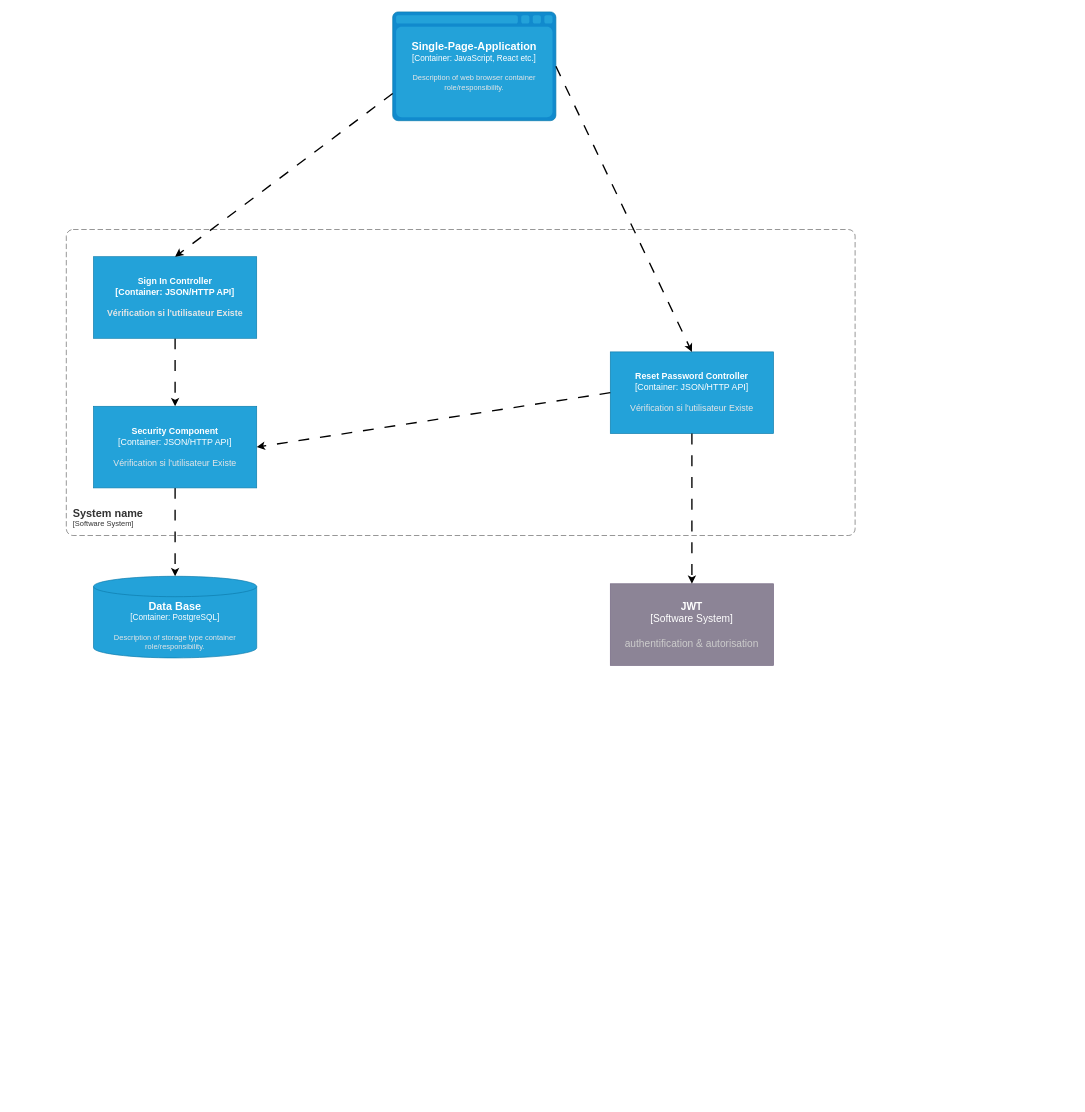
SALVA243/AP-TWITTER keeps this draw.io diagram as page "composant" (3 of 4) of Diagramme sans nom.drawio. Above is the earlier version. Source tidied: cells renumbered, new cells numbered last; positions are measured from the earlier drawing's top-left corner, leaving out a move shared by most shapes. Both pictures are drawn from the tidied source at 68%, with x=0, y=0 at pixel (66, 12).
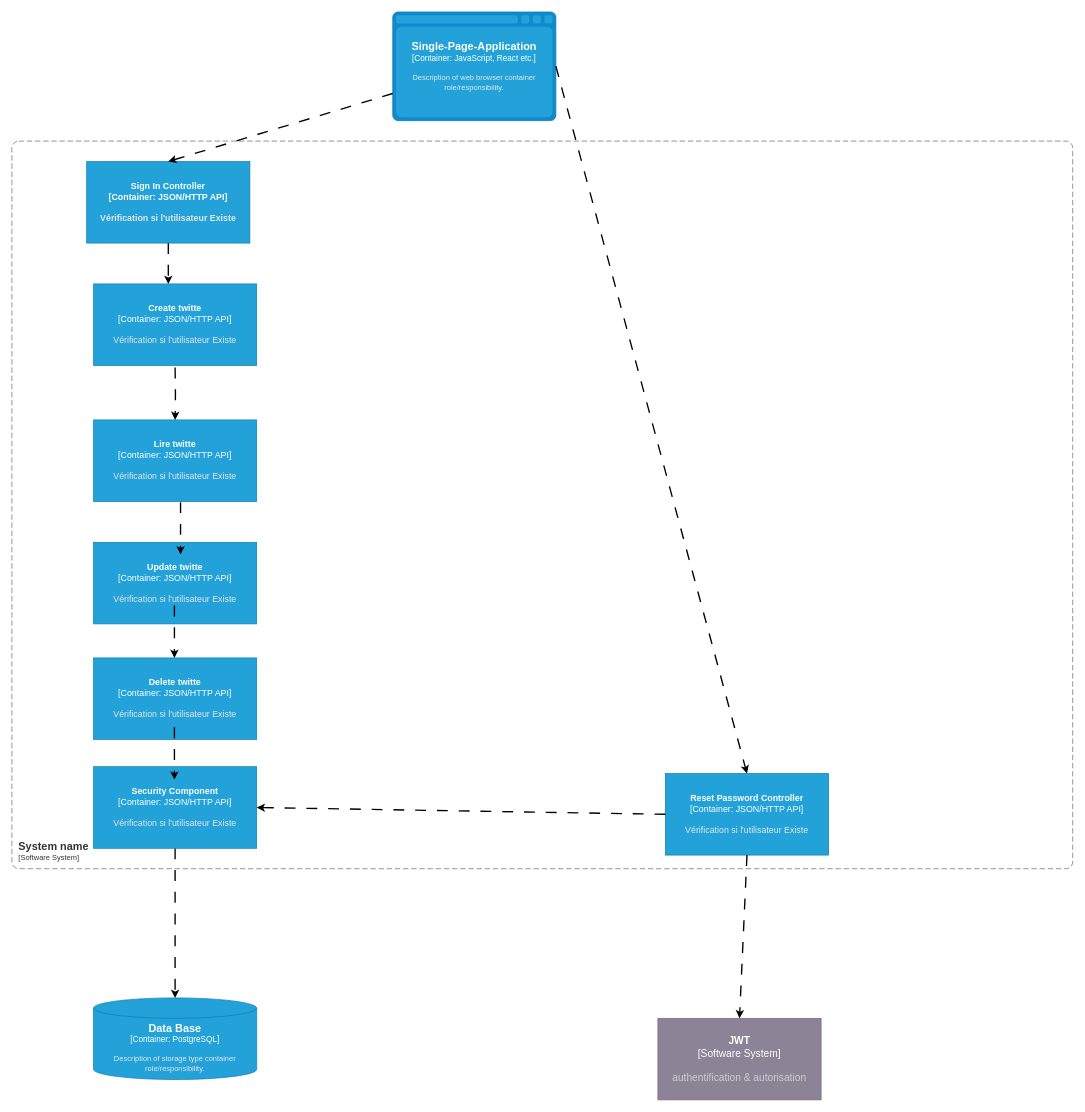
The same diagram, later.

Commit message:
11e Sauv. 2 fevr 16:02  Ajout CRUD

Change to the diagram source:
```diff
@@
     <object id="2" label="&lt;font style=&quot;font-size: 15px;&quot;&gt;&lt;b style=&quot;font-size: 15px;&quot;&gt;%c4Name%&lt;/b&gt;&lt;/font&gt;&lt;div style=&quot;font-size: 15px;&quot;&gt;[%c4Type%]&lt;/div&gt;&lt;br style=&quot;font-size: 15px;&quot;&gt;&lt;div style=&quot;font-size: 15px;&quot;&gt;&lt;font style=&quot;font-size: 15px;&quot;&gt;&lt;font color=&quot;#cccccc&quot; style=&quot;font-size: 15px;&quot;&gt;%c4Description%&lt;/font&gt;&lt;/font&gt;&lt;/div&gt;" c4Description="authentification &amp; autorisation" c4Name="JWT" c4Type="Software System" placeholders="1">
       <mxCell style="rounded=1;whiteSpace=wrap;html=1;labelBackgroundColor=none;fillColor=#8C8496;fontColor=#ffffff;align=center;arcSize=0;strokeColor=#736782;points=[[0.25,0,0],[0.5,0,0],[0.75,0,0],[1,0.25,0],[1,0.5,0],[1,0.75,0],[0.75,1,0],[0.5,1,0],[0.25,1,0],[0,0.75,0],[0,0.5,0],[0,0.25,0]];fontSize=15;" parent="1" vertex="1">
-        <mxGeometry x="800" y="841" width="240" height="120" as="geometry" />
+        <mxGeometry x="870" y="1480" width="240" height="120" as="geometry" />
       </mxCell>
     </object>
     <object id="3" label="&lt;font style=&quot;font-size: 16px&quot;&gt;&lt;b&gt;&lt;div style=&quot;text-align: left&quot;&gt;%c4Name%&lt;/div&gt;&lt;/b&gt;&lt;/font&gt;&lt;div style=&quot;text-align: left&quot;&gt;[%c4Application%]&lt;/div&gt;" c4Application="Software System" c4Name="System name" placeholders="1">
       <mxCell style="rounded=1;fontSize=11;whiteSpace=wrap;html=1;dashed=1;arcSize=20;fillColor=none;strokeColor=#666666;fontColor=#333333;labelBackgroundColor=none;align=left;verticalAlign=bottom;labelBorderColor=none;spacingTop=0;spacing=10;dashPattern=8 4;perimeter=rectanglePerimeter;noLabel=0;labelPadding=0;absoluteArcSize=1;" parent="1" vertex="1">
-        <mxGeometry y="320" width="1160" height="450" as="geometry" />
+        <mxGeometry x="-80" y="190" width="1560" height="1070" as="geometry" />
       </mxCell>
     </object>
-    <mxCell id="4" style="edgeStyle=orthogonalEdgeStyle;rounded=0;jettySize=auto;html=1;exitX=0.5;exitY=1;exitDx=0;exitDy=0;exitPerimeter=0;dashed=1;dashPattern=8 8;strokeWidth=2;" parent="1" edge="1" source="5" target="10">
-      <mxGeometry relative="1" as="geometry" />
+    <mxCell id="4" style="edgeStyle=orthogonalEdgeStyle;rounded=0;jettySize=auto;html=1;exitX=0.5;exitY=1;exitDx=0;exitDy=0;exitPerimeter=0;dashed=1;dashPattern=8 8;strokeWidth=2;" parent="1" edge="1" source="5">
+      <mxGeometry relative="1" as="geometry">
+        <mxPoint x="150" y="400" as="targetPoint" />
+      </mxGeometry>
     </mxCell>
     <object id="5" label="&lt;font style=&quot;font-size: 13px;&quot;&gt;&lt;span style=&quot;font-size: 13px;&quot;&gt;%c4Name%&lt;/span&gt;&lt;/font&gt;&lt;div style=&quot;font-size: 13px;&quot;&gt;[%c4Type%: %c4Technology%]&lt;/div&gt;&lt;br style=&quot;font-size: 13px;&quot;&gt;&lt;div style=&quot;font-size: 13px;&quot;&gt;&lt;font style=&quot;font-size: 13px;&quot;&gt;&lt;font color=&quot;#E6E6E6&quot; style=&quot;font-size: 13px;&quot;&gt;%c4Description%&lt;/font&gt;&lt;/font&gt;&lt;/div&gt;" c4Description="Vérification si l'utilisateur Existe" c4Name="Sign In Controller" c4Technology="JSON/HTTP API" c4Type="Container" placeholders="1">
       <mxCell style="rounded=1;whiteSpace=wrap;html=1;fontSize=13;labelBackgroundColor=none;fillColor=#23A2D9;fontColor=#ffffff;align=center;arcSize=0;strokeColor=#0E7DAD;points=[[0.25,0,0],[0.5,0,0],[0.75,0,0],[1,0.25,0],[1,0.5,0],[1,0.75,0],[0.75,1,0],[0.5,1,0],[0.25,1,0],[0,0.75,0],[0,0.5,0],[0,0.25,0]];fontStyle=1;" parent="1" vertex="1">
-        <mxGeometry x="40" y="360" width="240" height="120" as="geometry" />
+        <mxGeometry x="30" y="220" width="240" height="120" as="geometry" />
       </mxCell>
     </object>
@@
     <object id="7" label="&lt;font style=&quot;font-size: 16px&quot;&gt;&lt;b&gt;%c4Type%&lt;/b&gt;&lt;/font&gt;&lt;div&gt;[%c4Container%:&amp;nbsp;%c4Technology%]&lt;/div&gt;&lt;br&gt;&lt;div&gt;&lt;font style=&quot;font-size: 11px&quot;&gt;&lt;font color=&quot;#E6E6E6&quot;&gt;%c4Description%&lt;/font&gt;&lt;/div&gt;" c4Container="Container" c4Description="Description of storage type container role/responsibility." c4Technology="PostgreSQL" c4Type="Data Base" placeholders="1">
       <mxCell style="shape=cylinder3;size=15;whiteSpace=wrap;html=1;boundedLbl=1;rounded=0;labelBackgroundColor=none;fillColor=#23A2D9;fontSize=12;fontColor=#ffffff;align=center;strokeColor=#0E7DAD;points=[[0.5,0,0],[1,0.25,0],[1,0.5,0],[1,0.75,0],[0.5,1,0],[0,0.75,0],[0,0.5,0],[0,0.25,0]];" parent="1" vertex="1">
-        <mxGeometry x="40" y="830" width="240" height="120" as="geometry" />
+        <mxGeometry x="40" y="1450" width="240" height="120" as="geometry" />
       </mxCell>
     </object>
     <object id="8" label="&lt;font style=&quot;font-size: 13px;&quot;&gt;&lt;b style=&quot;font-size: 13px;&quot;&gt;%c4Name%&lt;/b&gt;&lt;/font&gt;&lt;div style=&quot;font-size: 13px;&quot;&gt;[%c4Type%: %c4Technology%]&lt;/div&gt;&lt;br style=&quot;font-size: 13px;&quot;&gt;&lt;div style=&quot;font-size: 13px;&quot;&gt;&lt;font style=&quot;font-size: 13px;&quot;&gt;&lt;font color=&quot;#E6E6E6&quot; style=&quot;font-size: 13px;&quot;&gt;%c4Description%&lt;/font&gt;&lt;/font&gt;&lt;/div&gt;" c4Description="Vérification si l'utilisateur Existe" c4Name="Reset Password Controller" c4Technology="JSON/HTTP API" c4Type="Container" placeholders="1">
       <mxCell style="rounded=1;whiteSpace=wrap;html=1;fontSize=13;labelBackgroundColor=none;fillColor=#23A2D9;fontColor=#ffffff;align=center;arcSize=0;strokeColor=#0E7DAD;points=[[0.25,0,0],[0.5,0,0],[0.75,0,0],[1,0.25,0],[1,0.5,0],[1,0.75,0],[0.75,1,0],[0.5,1,0],[0.25,1,0],[0,0.75,0],[0,0.5,0],[0,0.25,0]];" parent="1" vertex="1">
-        <mxGeometry x="800" y="500" width="240" height="120" as="geometry" />
+        <mxGeometry x="881" y="1120" width="240" height="120" as="geometry" />
       </mxCell>
     </object>
@@
     <object id="10" label="&lt;font style=&quot;font-size: 13px;&quot;&gt;&lt;b style=&quot;font-size: 13px;&quot;&gt;%c4Name%&lt;/b&gt;&lt;/font&gt;&lt;div style=&quot;font-size: 13px;&quot;&gt;[%c4Type%: %c4Technology%]&lt;/div&gt;&lt;br style=&quot;font-size: 13px;&quot;&gt;&lt;div style=&quot;font-size: 13px;&quot;&gt;&lt;font style=&quot;font-size: 13px;&quot;&gt;&lt;font color=&quot;#E6E6E6&quot; style=&quot;font-size: 13px;&quot;&gt;%c4Description%&lt;/font&gt;&lt;/font&gt;&lt;/div&gt;" c4Description="Vérification si l'utilisateur Existe" c4Name="Security Component" c4Technology="JSON/HTTP API" c4Type="Container" placeholders="1">
       <mxCell style="rounded=1;whiteSpace=wrap;html=1;fontSize=13;labelBackgroundColor=none;fillColor=#23A2D9;fontColor=#ffffff;align=center;arcSize=0;strokeColor=#0E7DAD;points=[[0.25,0,0],[0.5,0,0],[0.75,0,0],[1,0.25,0],[1,0.5,0],[1,0.75,0],[0.75,1,0],[0.5,1,0],[0.25,1,0],[0,0.75,0],[0,0.5,0],[0,0.25,0]];" parent="1" vertex="1">
-        <mxGeometry x="40" y="580" width="240" height="120" as="geometry" />
+        <mxGeometry x="40" y="1110" width="240" height="120" as="geometry" />
       </mxCell>
     </object>
@@
+    <object id="15" label="&lt;font style=&quot;font-size: 13px;&quot;&gt;&lt;b style=&quot;font-size: 13px;&quot;&gt;%c4Name%&lt;/b&gt;&lt;/font&gt;&lt;div style=&quot;font-size: 13px;&quot;&gt;[%c4Type%: %c4Technology%]&lt;/div&gt;&lt;br style=&quot;font-size: 13px;&quot;&gt;&lt;div style=&quot;font-size: 13px;&quot;&gt;&lt;font style=&quot;font-size: 13px;&quot;&gt;&lt;font color=&quot;#E6E6E6&quot; style=&quot;font-size: 13px;&quot;&gt;%c4Description%&lt;/font&gt;&lt;/font&gt;&lt;/div&gt;" c4Description="Vérification si l'utilisateur Existe" c4Name="Create twitte" c4Technology="JSON/HTTP API" c4Type="Container" placeholders="1">
+      <mxCell style="rounded=1;whiteSpace=wrap;html=1;fontSize=13;labelBackgroundColor=none;fillColor=#23A2D9;fontColor=#ffffff;align=center;arcSize=0;strokeColor=#0E7DAD;" parent="1" vertex="1">
+        <mxGeometry x="40" y="400" width="240" height="120" as="geometry" />
+      </mxCell>
+    </object>
+    <object id="16" label="&lt;font style=&quot;font-size: 13px;&quot;&gt;&lt;b style=&quot;font-size: 13px;&quot;&gt;%c4Name%&lt;/b&gt;&lt;/font&gt;&lt;div style=&quot;font-size: 13px;&quot;&gt;[%c4Type%: %c4Technology%]&lt;/div&gt;&lt;br style=&quot;font-size: 13px;&quot;&gt;&lt;div style=&quot;font-size: 13px;&quot;&gt;&lt;font style=&quot;font-size: 13px;&quot;&gt;&lt;font color=&quot;#E6E6E6&quot; style=&quot;font-size: 13px;&quot;&gt;%c4Description%&lt;/font&gt;&lt;/font&gt;&lt;/div&gt;" c4Description="Vérification si l'utilisateur Existe" c4Name="Lire twitte" c4Technology="JSON/HTTP API" c4Type="Container" placeholders="1">
+      <mxCell style="rounded=1;whiteSpace=wrap;html=1;fontSize=13;labelBackgroundColor=none;fillColor=#23A2D9;fontColor=#ffffff;align=center;arcSize=0;strokeColor=#0E7DAD;points=[[0.25,0,0],[0.5,0,0],[0.75,0,0],[1,0.25,0],[1,0.5,0],[1,0.75,0],[0.75,1,0],[0.5,1,0],[0.25,1,0],[0,0.75,0],[0,0.5,0],[0,0.25,0]];" parent="1" vertex="1">
+        <mxGeometry x="40" y="600" width="240" height="120" as="geometry" />
+      </mxCell>
+    </object>
+    <object id="17" label="&lt;font style=&quot;font-size: 13px;&quot;&gt;&lt;b style=&quot;font-size: 13px;&quot;&gt;%c4Name%&lt;/b&gt;&lt;/font&gt;&lt;div style=&quot;font-size: 13px;&quot;&gt;[%c4Type%: %c4Technology%]&lt;/div&gt;&lt;br style=&quot;font-size: 13px;&quot;&gt;&lt;div style=&quot;font-size: 13px;&quot;&gt;&lt;font style=&quot;font-size: 13px;&quot;&gt;&lt;font color=&quot;#E6E6E6&quot; style=&quot;font-size: 13px;&quot;&gt;%c4Description%&lt;/font&gt;&lt;/font&gt;&lt;/div&gt;" c4Description="Vérification si l'utilisateur Existe" c4Name="Update twitte" c4Technology="JSON/HTTP API" c4Type="Container" placeholders="1">
+      <mxCell style="rounded=1;whiteSpace=wrap;html=1;fontSize=13;labelBackgroundColor=none;fillColor=#23A2D9;fontColor=#ffffff;align=center;arcSize=0;strokeColor=#0E7DAD;" parent="1" vertex="1">
+        <mxGeometry x="40" y="780" width="240" height="120" as="geometry" />
+      </mxCell>
+    </object>
+    <object id="18" label="&lt;font style=&quot;font-size: 13px;&quot;&gt;&lt;b style=&quot;font-size: 13px;&quot;&gt;%c4Name%&lt;/b&gt;&lt;/font&gt;&lt;div style=&quot;font-size: 13px;&quot;&gt;[%c4Type%: %c4Technology%]&lt;/div&gt;&lt;br style=&quot;font-size: 13px;&quot;&gt;&lt;div style=&quot;font-size: 13px;&quot;&gt;&lt;font style=&quot;font-size: 13px;&quot;&gt;&lt;font color=&quot;#E6E6E6&quot; style=&quot;font-size: 13px;&quot;&gt;%c4Description%&lt;/font&gt;&lt;/font&gt;&lt;/div&gt;" c4Description="Vérification si l'utilisateur Existe" c4Name="Delete twitte" c4Technology="JSON/HTTP API" c4Type="Container" placeholders="1">
+      <mxCell style="rounded=1;whiteSpace=wrap;html=1;fontSize=13;labelBackgroundColor=none;fillColor=#23A2D9;fontColor=#ffffff;align=center;arcSize=0;strokeColor=#0E7DAD;" parent="1" vertex="1">
+        <mxGeometry x="40" y="950" width="240" height="120" as="geometry" />
+      </mxCell>
+    </object>
+    <mxCell id="19" style="edgeStyle=orthogonalEdgeStyle;rounded=0;jettySize=auto;html=1;exitX=0.5;exitY=1;exitDx=0;exitDy=0;exitPerimeter=0;dashed=1;dashPattern=8 8;strokeWidth=2;entryX=0.5;entryY=0;entryDx=0;entryDy=0;entryPerimeter=0;" parent="1" edge="1" target="16">
+      <mxGeometry relative="1" as="geometry">
+        <mxPoint x="160" y="523" as="sourcePoint" />
+      </mxGeometry>
+    </mxCell>
+    <mxCell id="20" style="edgeStyle=orthogonalEdgeStyle;rounded=0;orthogonalLoop=1;jettySize=auto;html=1;exitX=0.5;exitY=1;exitDx=0;exitDy=0;exitPerimeter=0;dashed=1;dashPattern=8 8;strokeWidth=2;entryX=0.5;entryY=0;entryDx=0;entryDy=0;entryPerimeter=0;" parent="1" edge="1">
+      <mxGeometry relative="1" as="geometry">
+        <mxPoint x="168" y="721" as="sourcePoint" />
+        <mxPoint x="168" y="798" as="targetPoint" />
+      </mxGeometry>
+    </mxCell>
+    <mxCell id="21" style="edgeStyle=orthogonalEdgeStyle;rounded=0;orthogonalLoop=1;jettySize=auto;html=1;exitX=0.5;exitY=1;exitDx=0;exitDy=0;exitPerimeter=0;dashed=1;dashPattern=8 8;strokeWidth=2;entryX=0.5;entryY=0;entryDx=0;entryDy=0;entryPerimeter=0;" parent="1" edge="1">
+      <mxGeometry relative="1" as="geometry">
+        <mxPoint x="159" y="873" as="sourcePoint" />
+        <mxPoint x="159" y="950" as="targetPoint" />
+        <Array as="points">
+          <mxPoint x="159" y="912" />
+          <mxPoint x="159" y="912" />
+        </Array>
+      </mxGeometry>
+    </mxCell>
+    <mxCell id="22" style="edgeStyle=orthogonalEdgeStyle;rounded=0;orthogonalLoop=1;jettySize=auto;html=1;exitX=0.5;exitY=1;exitDx=0;exitDy=0;exitPerimeter=0;dashed=1;dashPattern=8 8;strokeWidth=2;entryX=0.5;entryY=0;entryDx=0;entryDy=0;entryPerimeter=0;" parent="1" edge="1">
+      <mxGeometry relative="1" as="geometry">
+        <mxPoint x="159" y="1052" as="sourcePoint" />
+        <mxPoint x="159" y="1129" as="targetPoint" />
+        <Array as="points">
+          <mxPoint x="159" y="1091" />
+          <mxPoint x="159" y="1091" />
+        </Array>
+      </mxGeometry>
+    </mxCell>
```
